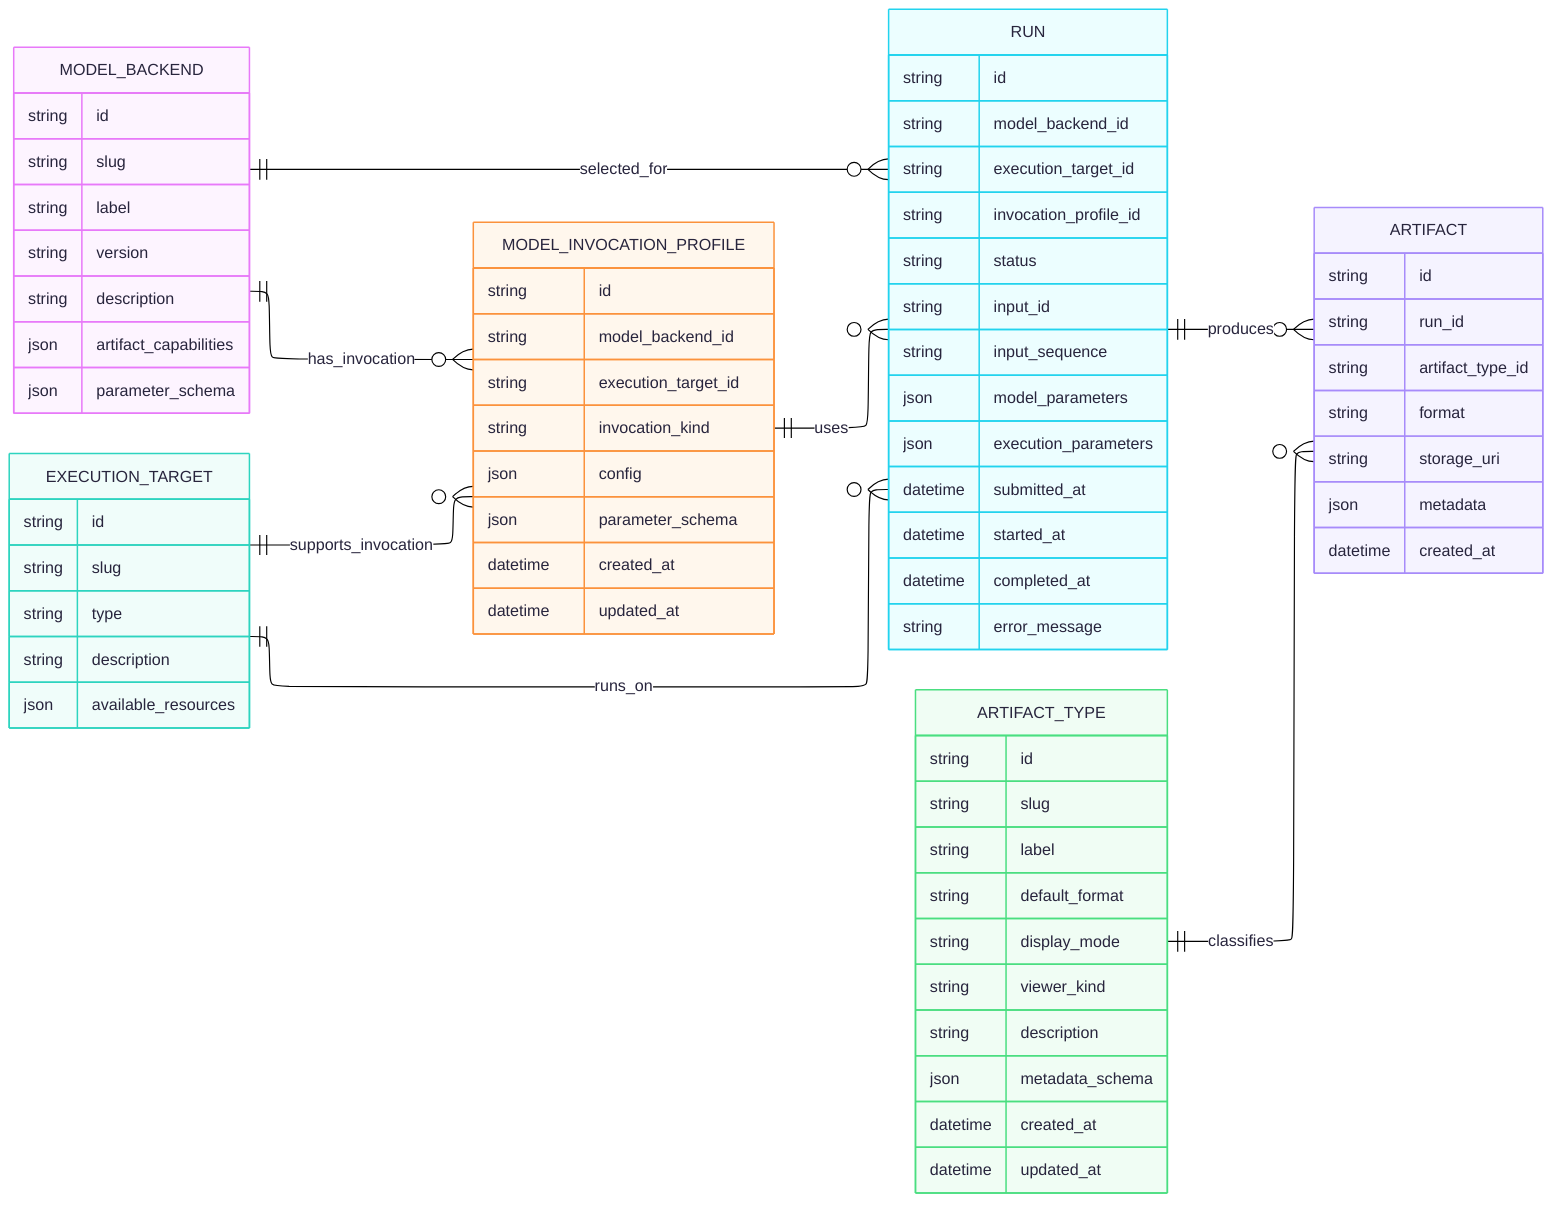
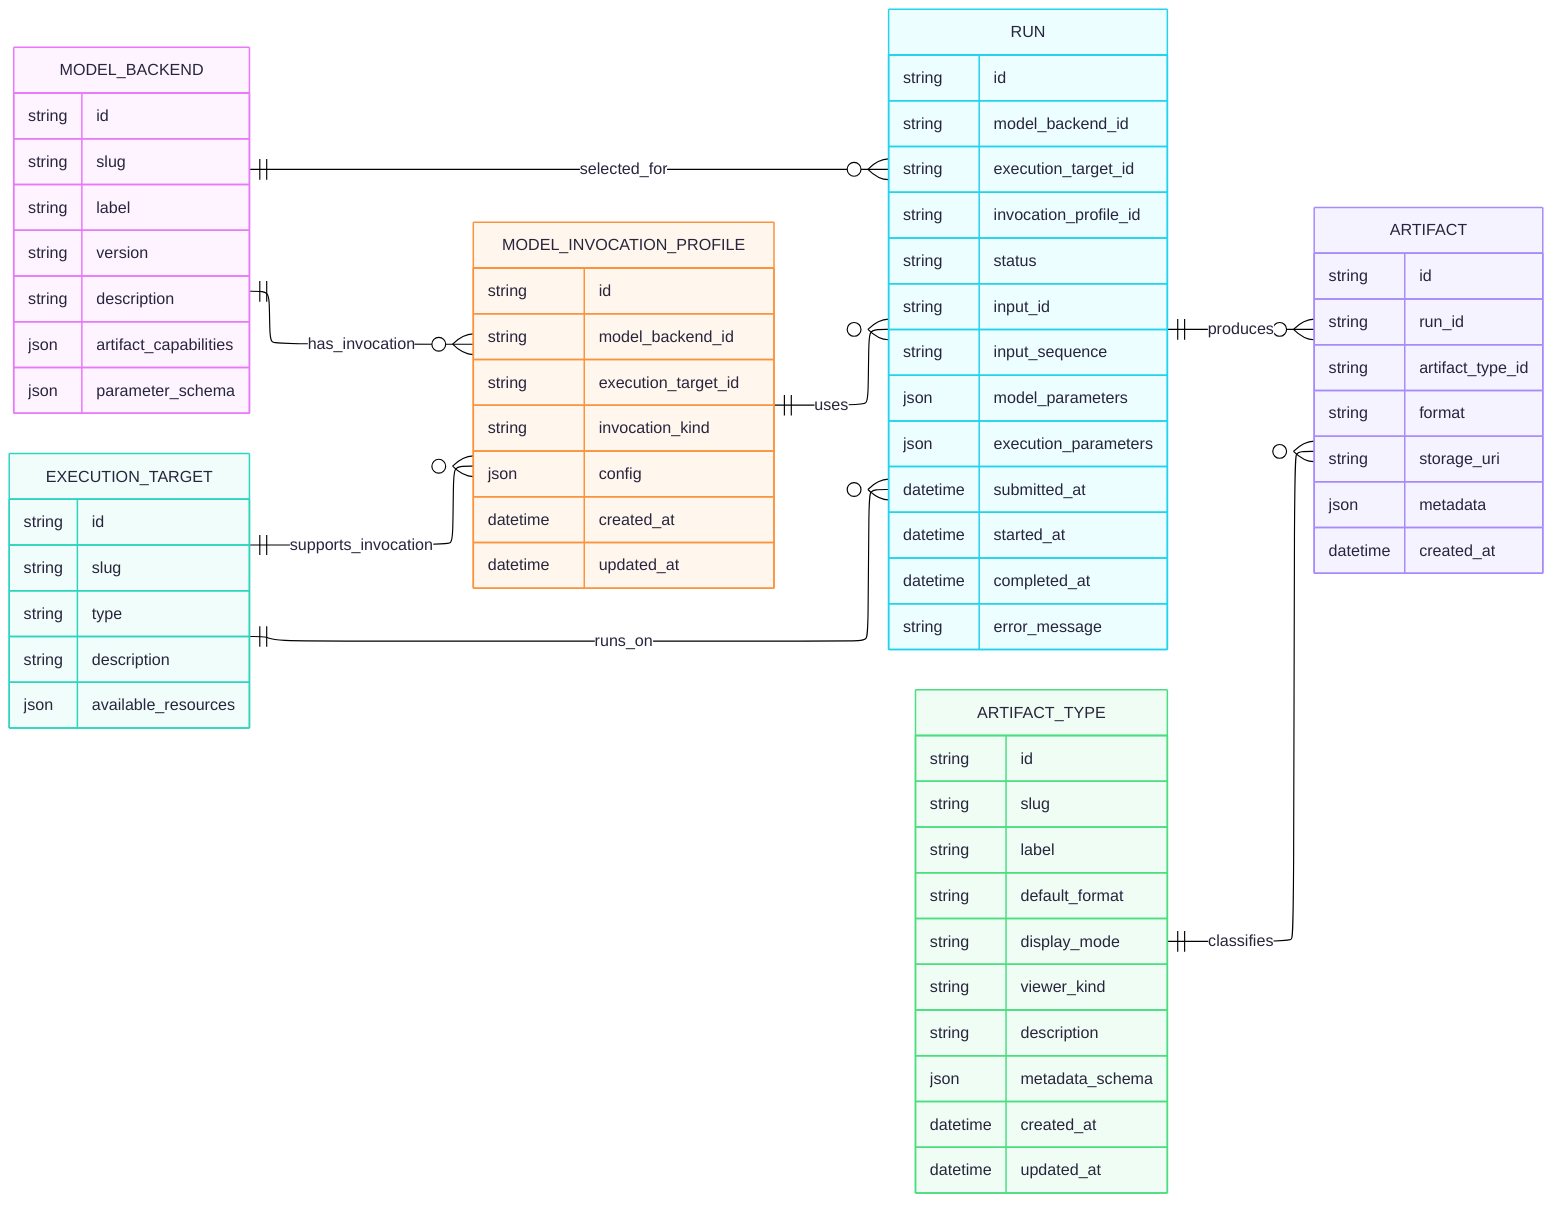
---
config:
  layout: elk
  theme: redux-color
---
erDiagram
    direction LR

    MODEL_BACKEND {
        string id
        string slug
        string label
        string version
        string description
        json artifact_capabilities
        json parameter_schema
    }

    EXECUTION_TARGET {
        string id
        string slug
        string type
        string description
        json available_resources
    }

    MODEL_INVOCATION_PROFILE {
        string id
        string model_backend_id
        string execution_target_id
        string invocation_kind
        json config
-         json parameter_schema
        datetime created_at
        datetime updated_at
    }

    RUN {
        string id
        string model_backend_id
        string execution_target_id
        string invocation_profile_id
        string status
        string input_id
        string input_sequence
        json model_parameters
        json execution_parameters
        datetime submitted_at
        datetime started_at
        datetime completed_at
        string error_message
    }

    ARTIFACT_TYPE {
        string id
        string slug
        string label
        string default_format
        string display_mode
        string viewer_kind
        string description
        json metadata_schema
        datetime created_at
        datetime updated_at
    }

    ARTIFACT {
        string id
        string run_id
        string artifact_type_id
        string format
        string storage_uri
        json metadata
        datetime created_at
    }

    MODEL_BACKEND ||--o{ RUN : "selected_for"
    EXECUTION_TARGET ||--o{ RUN : "runs_on"
    MODEL_INVOCATION_PROFILE ||--o{ RUN : "uses"

    MODEL_BACKEND ||--o{ MODEL_INVOCATION_PROFILE : "has_invocation"
    EXECUTION_TARGET ||--o{ MODEL_INVOCATION_PROFILE : "supports_invocation"

    RUN ||--o{ ARTIFACT : "produces"
-     ARTIFACT_TYPE ||--o{ ARTIFACT : "classifies"+     ARTIFACT_TYPE ||--o{ ARTIFACT : "classifies"
